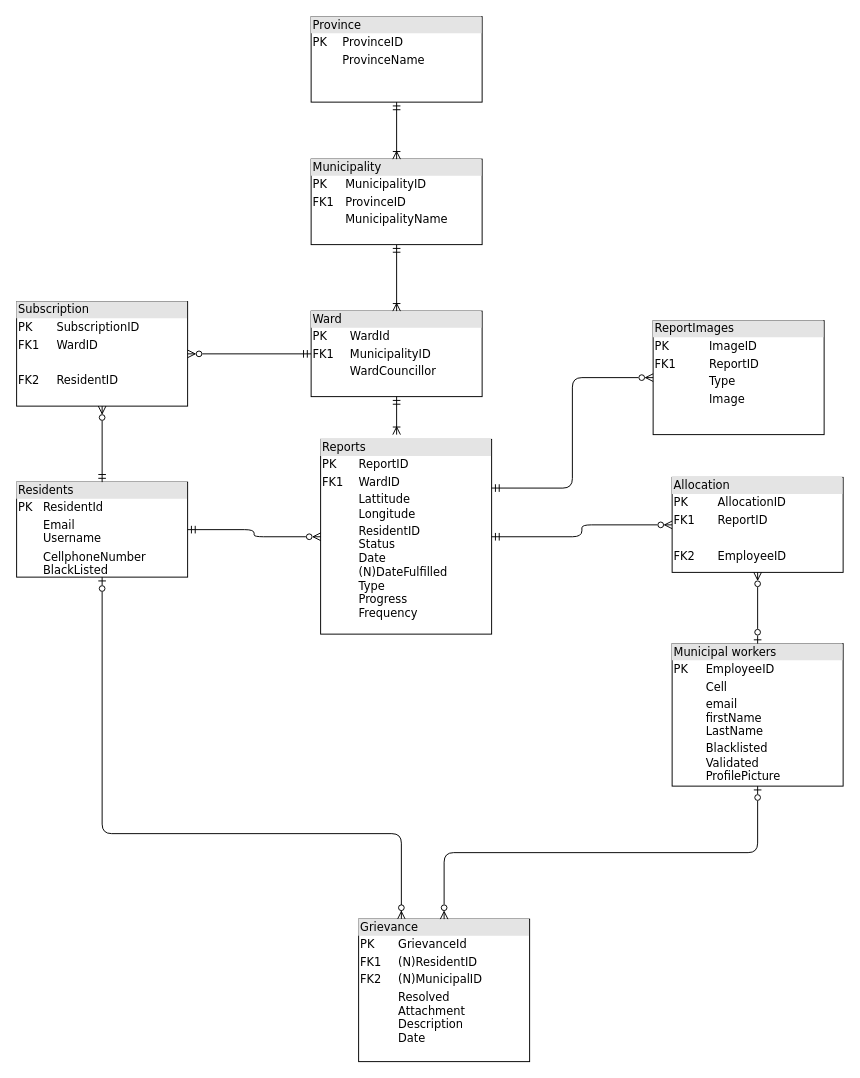
Before: DBArchitecture.drawio in YamiMegersa/clone_repo, a draw.io diagram. Source tidied: cells renumbered, new cells numbered last; positions are measured from the earlier drawing's top-left corner, leaving out a move shared by most shapes. Both pictures are drawn from the tidied source at 95%, with x=0, y=0 at pixel (16, 16).
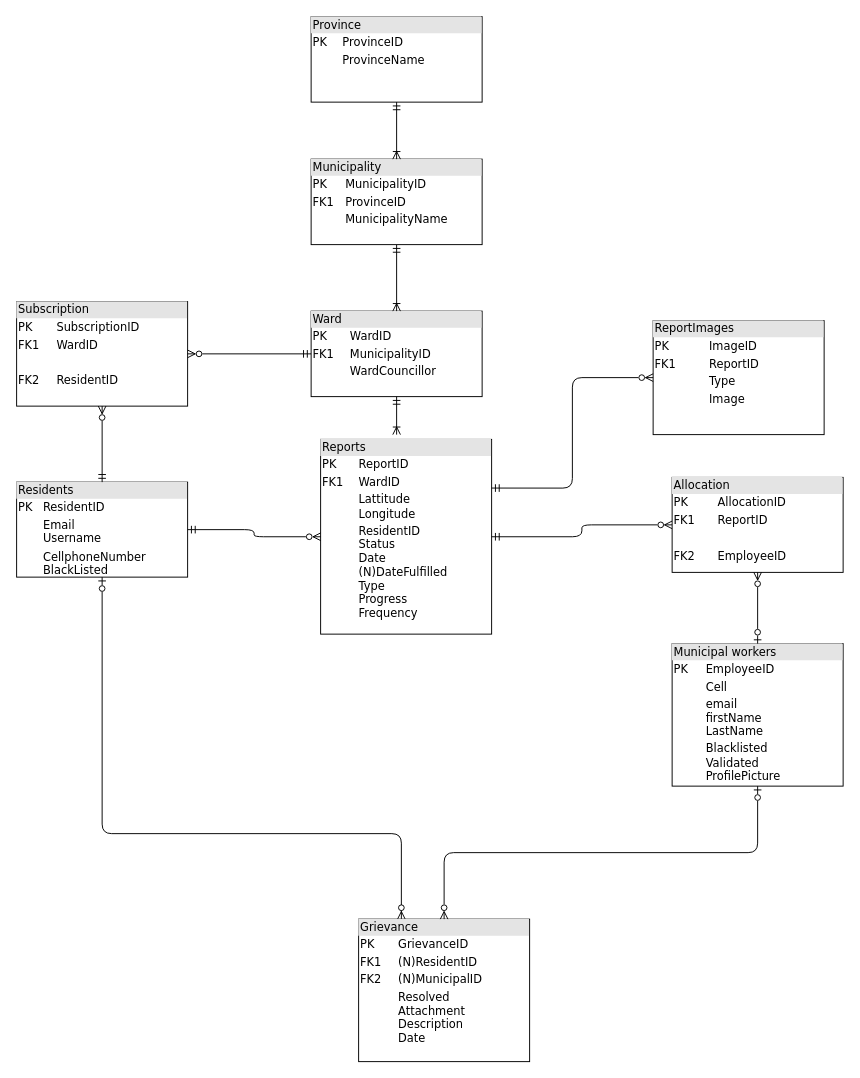
The same diagram, later.

What changed in the source:
```diff
@@
-    <mxCell id="4" value="&lt;div style=&quot;box-sizing: border-box; width: 100%; background: rgb(228, 228, 228); padding: 2px;&quot;&gt;Ward&lt;/div&gt;&lt;table style=&quot;width: 100% ; font-size: 1em&quot; cellpadding=&quot;2&quot; cellspacing=&quot;0&quot;&gt;&lt;tbody&gt;&lt;tr&gt;&lt;td&gt;PK&lt;/td&gt;&lt;td&gt;WardId&lt;/td&gt;&lt;/tr&gt;&lt;tr&gt;&lt;td&gt;FK1&lt;/td&gt;&lt;td&gt;MunicipalityID&lt;/td&gt;&lt;/tr&gt;&lt;tr&gt;&lt;td&gt;&lt;/td&gt;&lt;td&gt;WardCouncillor&lt;/td&gt;&lt;/tr&gt;&lt;tr&gt;&lt;td&gt;&lt;br&gt;&lt;/td&gt;&lt;td&gt;&lt;br&gt;&lt;/td&gt;&lt;/tr&gt;&lt;/tbody&gt;&lt;/table&gt;" style="verticalAlign=top;align=left;overflow=fill;html=1;rounded=0;shadow=0;comic=0;labelBackgroundColor=none;strokeWidth=1;fontFamily=Verdana;fontSize=12;" parent="1" vertex="1">
+    <mxCell id="4" value="&lt;div style=&quot;box-sizing: border-box; width: 100%; background: rgb(228, 228, 228); padding: 2px;&quot;&gt;Ward&lt;/div&gt;&lt;table style=&quot;width: 100% ; font-size: 1em&quot; cellpadding=&quot;2&quot; cellspacing=&quot;0&quot;&gt;&lt;tbody&gt;&lt;tr&gt;&lt;td&gt;PK&lt;/td&gt;&lt;td&gt;WardID&lt;/td&gt;&lt;/tr&gt;&lt;tr&gt;&lt;td&gt;FK1&lt;/td&gt;&lt;td&gt;MunicipalityID&lt;/td&gt;&lt;/tr&gt;&lt;tr&gt;&lt;td&gt;&lt;/td&gt;&lt;td&gt;WardCouncillor&lt;/td&gt;&lt;/tr&gt;&lt;tr&gt;&lt;td&gt;&lt;br&gt;&lt;/td&gt;&lt;td&gt;&lt;br&gt;&lt;/td&gt;&lt;/tr&gt;&lt;/tbody&gt;&lt;/table&gt;" style="verticalAlign=top;align=left;overflow=fill;html=1;rounded=0;shadow=0;comic=0;labelBackgroundColor=none;strokeWidth=1;fontFamily=Verdana;fontSize=12;" parent="1" vertex="1">
       <mxGeometry x="310" y="310" width="180" height="90" as="geometry" />
     </mxCell>
@@
-    <mxCell id="8" value="&lt;div style=&quot;box-sizing: border-box; width: 100%; background: rgb(228, 228, 228); padding: 2px;&quot;&gt;Residents&lt;/div&gt;&lt;table style=&quot;width: 100% ; font-size: 1em&quot; cellpadding=&quot;2&quot; cellspacing=&quot;0&quot;&gt;&lt;tbody&gt;&lt;tr&gt;&lt;td&gt;PK&lt;/td&gt;&lt;td&gt;ResidentId&lt;/td&gt;&lt;/tr&gt;&lt;tr&gt;&lt;td&gt;&lt;br&gt;&lt;/td&gt;&lt;td&gt;Email&lt;br&gt;Username&lt;/td&gt;&lt;/tr&gt;&lt;tr&gt;&lt;td&gt;&lt;/td&gt;&lt;td&gt;CellphoneNumber&lt;br&gt;BlackListed&lt;/td&gt;&lt;/tr&gt;&lt;tr&gt;&lt;td&gt;&lt;/td&gt;&lt;td&gt;&lt;br&gt;&lt;/td&gt;&lt;/tr&gt;&lt;/tbody&gt;&lt;/table&gt;" style="verticalAlign=top;align=left;overflow=fill;html=1;rounded=0;shadow=0;comic=0;labelBackgroundColor=none;strokeWidth=1;fontFamily=Verdana;fontSize=12;" parent="1" vertex="1">
+    <mxCell id="8" value="&lt;div style=&quot;box-sizing: border-box; width: 100%; background: rgb(228, 228, 228); padding: 2px;&quot;&gt;Residents&lt;/div&gt;&lt;table style=&quot;width: 100% ; font-size: 1em&quot; cellpadding=&quot;2&quot; cellspacing=&quot;0&quot;&gt;&lt;tbody&gt;&lt;tr&gt;&lt;td&gt;PK&lt;/td&gt;&lt;td&gt;ResidentID&lt;/td&gt;&lt;/tr&gt;&lt;tr&gt;&lt;td&gt;&lt;br&gt;&lt;/td&gt;&lt;td&gt;Email&lt;br&gt;Username&lt;/td&gt;&lt;/tr&gt;&lt;tr&gt;&lt;td&gt;&lt;/td&gt;&lt;td&gt;CellphoneNumber&lt;br&gt;BlackListed&lt;/td&gt;&lt;/tr&gt;&lt;tr&gt;&lt;td&gt;&lt;/td&gt;&lt;td&gt;&lt;br&gt;&lt;/td&gt;&lt;/tr&gt;&lt;/tbody&gt;&lt;/table&gt;" style="verticalAlign=top;align=left;overflow=fill;html=1;rounded=0;shadow=0;comic=0;labelBackgroundColor=none;strokeWidth=1;fontFamily=Verdana;fontSize=12;" parent="1" vertex="1">
       <mxGeometry y="490" width="180" height="100" as="geometry" />
     </mxCell>
@@
-    <mxCell id="19" value="&lt;div style=&quot;box-sizing: border-box; width: 100%; background: rgb(228, 228, 228); padding: 2px;&quot;&gt;Grievance&lt;/div&gt;&lt;table style=&quot;width: 100% ; font-size: 1em&quot; cellpadding=&quot;2&quot; cellspacing=&quot;0&quot;&gt;&lt;tbody&gt;&lt;tr&gt;&lt;td&gt;PK&lt;/td&gt;&lt;td&gt;GrievanceId&lt;/td&gt;&lt;/tr&gt;&lt;tr&gt;&lt;td&gt;FK1&lt;/td&gt;&lt;td&gt;(N)ResidentID&lt;br&gt;&lt;/td&gt;&lt;/tr&gt;&lt;tr&gt;&lt;td&gt;FK2&lt;/td&gt;&lt;td&gt;(N)MunicipalID&lt;/td&gt;&lt;/tr&gt;&lt;tr&gt;&lt;td&gt;&lt;br&gt;&lt;/td&gt;&lt;td&gt;Resolved&lt;br&gt;Attachment&lt;br&gt;Description&lt;br&gt;Date&lt;br&gt;&lt;br&gt;&lt;/td&gt;&lt;/tr&gt;&lt;/tbody&gt;&lt;/table&gt;" style="verticalAlign=top;align=left;overflow=fill;html=1;rounded=0;shadow=0;comic=0;labelBackgroundColor=none;strokeWidth=1;fontFamily=Verdana;fontSize=12;" parent="1" vertex="1">
+    <mxCell id="19" value="&lt;div style=&quot;box-sizing: border-box; width: 100%; background: rgb(228, 228, 228); padding: 2px;&quot;&gt;Grievance&lt;/div&gt;&lt;table style=&quot;width: 100% ; font-size: 1em&quot; cellpadding=&quot;2&quot; cellspacing=&quot;0&quot;&gt;&lt;tbody&gt;&lt;tr&gt;&lt;td&gt;PK&lt;/td&gt;&lt;td&gt;GrievanceID&lt;/td&gt;&lt;/tr&gt;&lt;tr&gt;&lt;td&gt;FK1&lt;/td&gt;&lt;td&gt;(N)ResidentID&lt;br&gt;&lt;/td&gt;&lt;/tr&gt;&lt;tr&gt;&lt;td&gt;FK2&lt;/td&gt;&lt;td&gt;(N)MunicipalID&lt;/td&gt;&lt;/tr&gt;&lt;tr&gt;&lt;td&gt;&lt;br&gt;&lt;/td&gt;&lt;td&gt;Resolved&lt;br&gt;Attachment&lt;br&gt;Description&lt;br&gt;Date&lt;br&gt;&lt;br&gt;&lt;/td&gt;&lt;/tr&gt;&lt;/tbody&gt;&lt;/table&gt;" style="verticalAlign=top;align=left;overflow=fill;html=1;rounded=0;shadow=0;comic=0;labelBackgroundColor=none;strokeWidth=1;fontFamily=Verdana;fontSize=12;" parent="1" vertex="1">
       <mxGeometry x="360" y="950" width="180" height="150" as="geometry" />
     </mxCell>
```
